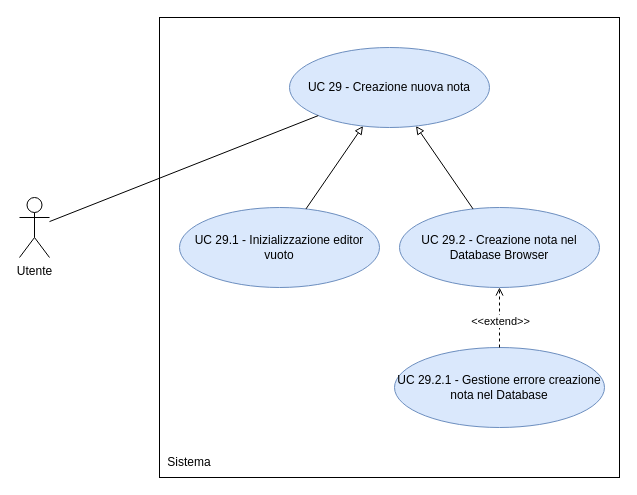
This is RTB/doc_esterna/analisi-dei-requisiti/assets/draw.io/UC29.drawio from thebitless-group-swe/thebitless.github.io, a draw.io file, before an edit. Source tidied: cells renumbered, new cells numbered last; positions are measured from the earlier drawing's top-left corner, leaving out a move shared by most shapes. Both pictures are drawn from the tidied source at 100%, with x=0, y=0 at pixel (19, 17).
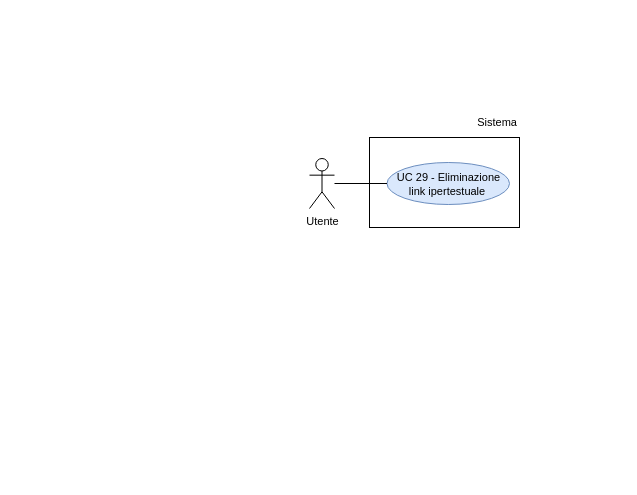
After the change.

Change to the diagram source:
```diff
@@
 <mxGraphModel>
   <root>
     <mxCell id="0" />
     <mxCell id="1" parent="0" />
-    <mxCell id="2" value="Utente" style="shape=umlActor;verticalLabelPosition=bottom;verticalAlign=top;html=1;outlineConnect=0;" parent="1" vertex="1">
-      <mxGeometry y="180" width="30" height="60" as="geometry" />
+    <mxCell id="2" value="Utente" style="shape=umlActor;verticalLabelPosition=bottom;verticalAlign=top;html=1;outlineConnect=0;fontSize=11;" parent="1" vertex="1">
+      <mxGeometry x="290" y="141" width="25" height="50" as="geometry" />
     </mxCell>
-    <mxCell id="3" style="whiteSpace=wrap;html=1;" parent="1" vertex="1">
-      <mxGeometry x="140" width="460" height="460" as="geometry" />
-    </mxCell>
+    <mxCell id="14" style="rounded=0;whiteSpace=wrap;html=1;strokeWidth=1;" parent="1" vertex="1">
+      <mxGeometry x="350" y="120" width="150" height="90" as="geometry" />
+    </mxCell>
-    <mxCell id="4" value="Sistema" style="text;html=1;whiteSpace=wrap;strokeColor=none;fillColor=none;align=center;verticalAlign=middle;rounded=0;" parent="1" vertex="1">
-      <mxGeometry x="140" y="430" width="60" height="30" as="geometry" />
+    <mxCell id="4" value="Sistema" style="text;html=1;whiteSpace=wrap;strokeColor=none;fillColor=none;align=right;verticalAlign=middle;fontSize=11;" parent="1" vertex="1">
+      <mxGeometry x="440" y="90" width="60" height="30" as="geometry" />
     </mxCell>
-    <mxCell id="5" value="UC 29 - Creazione nuova nota" style="ellipse;whiteSpace=wrap;html=1;fillColor=#dae8fc;strokeColor=#6c8ebf;" parent="1" vertex="1">
-      <mxGeometry x="270" y="30" width="200" height="80" as="geometry" />
-    </mxCell>
-    <mxCell id="6" style="edgeStyle=none;rounded=0;jettySize=auto;html=1;endArrow=none;endFill=0;" parent="1" edge="1" source="2" target="5">
-      <mxGeometry relative="1" as="geometry" />
-    </mxCell>
-    <mxCell id="7" value="UC 29.1 - Inizializzazione editor vuoto" style="ellipse;whiteSpace=wrap;html=1;fillColor=#dae8fc;strokeColor=#6c8ebf;" parent="1" vertex="1">
-      <mxGeometry x="160" y="190" width="200" height="80" as="geometry" />
-    </mxCell>
-    <mxCell id="8" style="edgeStyle=none;rounded=0;jettySize=auto;html=1;endArrow=block;endFill=0;" parent="1" edge="1" source="7" target="5">
-      <mxGeometry relative="1" as="geometry" />
-    </mxCell>
-    <mxCell id="9" value="UC 29.2 - Creazione nota nel Database Browser" style="ellipse;whiteSpace=wrap;html=1;fillColor=#dae8fc;strokeColor=#6c8ebf;" parent="1" vertex="1">
-      <mxGeometry x="380" y="190" width="200" height="80" as="geometry" />
-    </mxCell>
-    <mxCell id="10" style="edgeStyle=none;rounded=0;jettySize=auto;html=1;endArrow=block;endFill=0;" parent="1" edge="1" source="9" target="5">
-      <mxGeometry relative="1" as="geometry" />
-    </mxCell>
-    <mxCell id="11" value="UC 29.2.1 - Gestione errore creazione nota nel Database" style="ellipse;whiteSpace=wrap;html=1;fillColor=#dae8fc;strokeColor=#6c8ebf;" parent="1" vertex="1">
-      <mxGeometry x="375" y="330" width="210" height="80" as="geometry" />
-    </mxCell>
-    <mxCell id="12" style="edgeStyle=none;rounded=0;jettySize=auto;html=1;endArrow=open;endFill=0;dashed=1;" parent="1" edge="1" source="11" target="9">
-      <mxGeometry relative="1" as="geometry" />
-    </mxCell>
-    <mxCell id="13" value="&amp;lt;&amp;lt;extend&amp;gt;&amp;gt;" style="edgeLabel;html=1;align=center;verticalAlign=middle;" parent="12" vertex="1">
-      <mxGeometry x="-0.1" relative="1" as="geometry" />
-    </mxCell>
+    <mxCell id="15" value="UC 29 - Eliminazione link ipertestuale&amp;nbsp;" style="ellipse;whiteSpace=wrap;html=1;fillColor=#dae8fc;strokeColor=#6c8ebf;fontSize=11;convertToSvg=1;svgWhiteSpace=wrap;labelBorderColor=none;labelBackgroundColor=none;spacingBottom=-2;" parent="1" vertex="1">
+      <mxGeometry x="367.5" y="145" width="122.5" height="42" as="geometry" />
+    </mxCell>
+    <mxCell id="16" style="edgeStyle=none;rounded=0;jettySize=auto;html=1;endArrow=none;endFill=0;" parent="1" edge="1" source="2" target="15">
+      <mxGeometry relative="1" as="geometry" />
+    </mxCell>
+    <mxCell id="17" style="edgeStyle=orthogonalEdgeStyle;rounded=0;orthogonalLoop=1;jettySize=auto;html=1;exitX=0.5;exitY=1;exitDx=0;exitDy=0;" parent="1" edge="1" source="4" target="4">
+      <mxGeometry relative="1" as="geometry" />
+    </mxCell>
   </root>
 </mxGraphModel>
```
